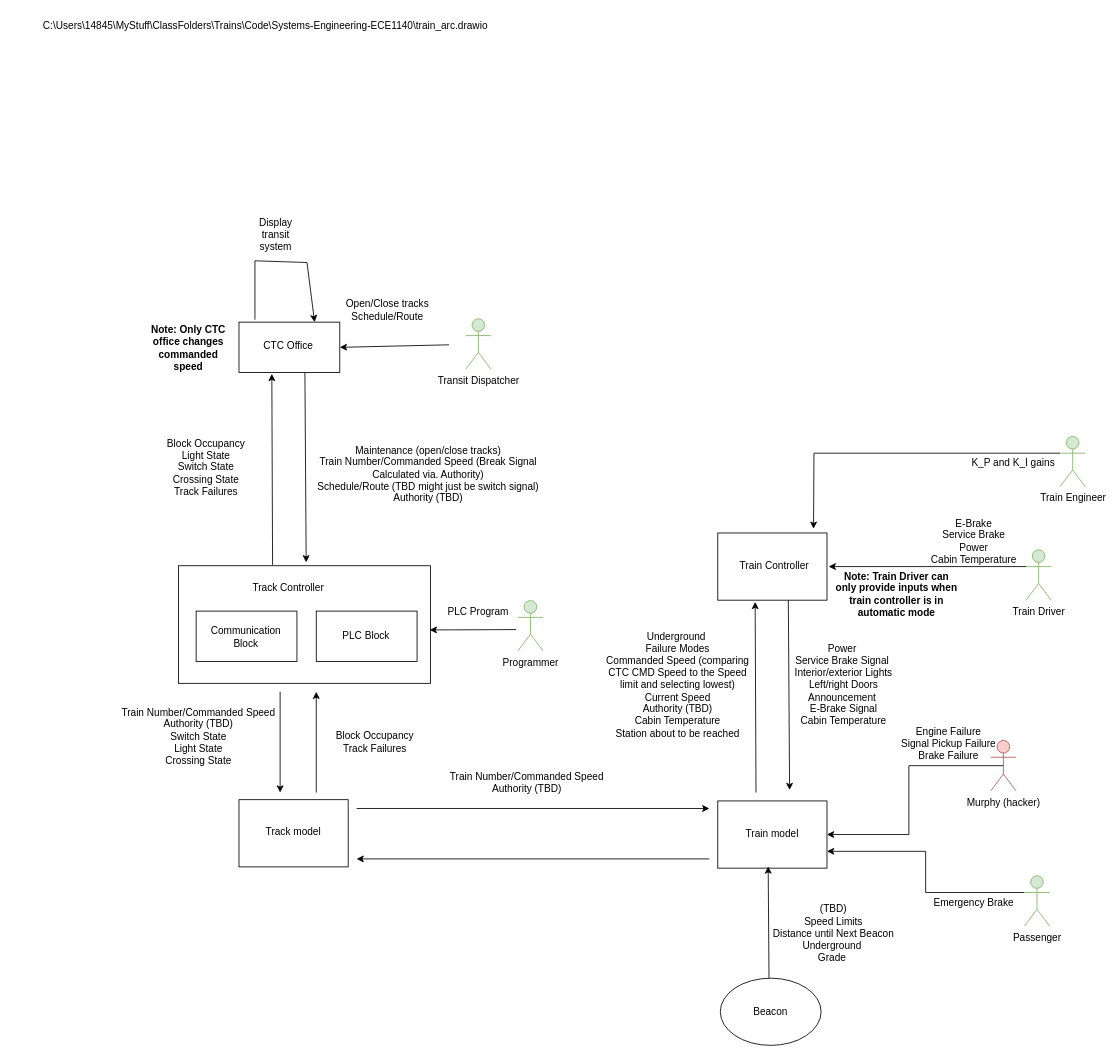
Above: Architecture_Group3.drawio in lao57/Systems-Engineering-ECE1140 (draw.io), before the change. Source tidied: cells renumbered, new cells numbered last; positions are measured from the earlier drawing's top-left corner, leaving out a move shared by most shapes. Both pictures are drawn from the tidied source at 84%, with x=0, y=0 at pixel (41, 14).
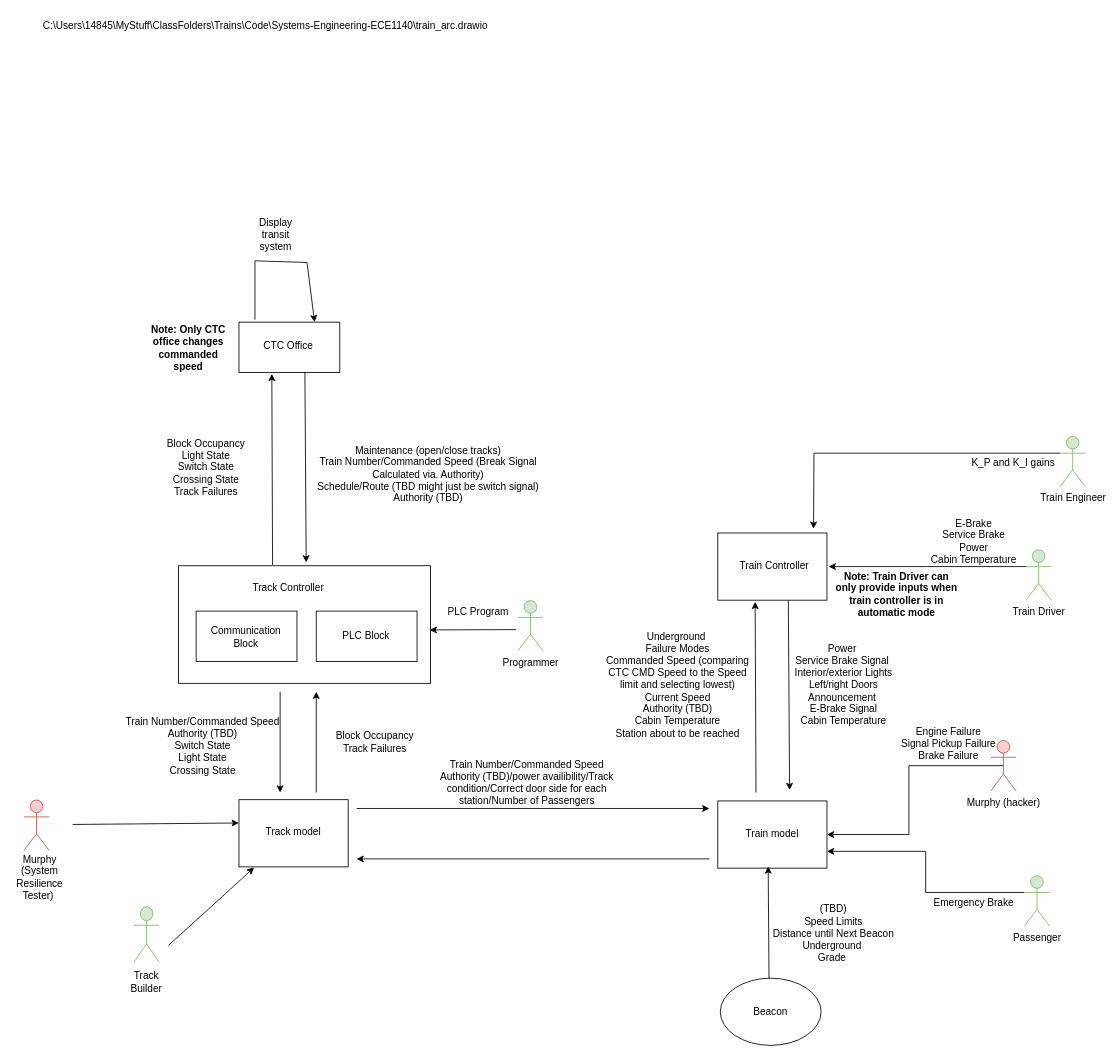
The same diagram, later.

Unchanged cells that the change refers to:
```xml
<mxCell id="5" style="rounded=0;whiteSpace=wrap;html=1;" parent="1" vertex="1">
  <mxGeometry x="235" y="366" width="120" height="60" as="geometry" />
</mxCell>
<mxCell id="19" style="rounded=0;whiteSpace=wrap;html=1;" parent="1" vertex="1">
  <mxGeometry x="235" y="934.5" width="130" height="80" as="geometry" />
</mxCell>
```

Diff of the diagram source:
```diff
@@
-    <mxCell id="23" value="&lt;div&gt;Train Number/Commanded Speed&lt;/div&gt;&lt;div&gt;Authority (TBD)&lt;/div&gt;" style="text;html=1;align=center;verticalAlign=middle;whiteSpace=wrap;rounded=0;" parent="1" vertex="1">
+    <mxCell id="23" value="&lt;div&gt;Train Number/Commanded Speed&lt;/div&gt;&lt;div&gt;Authority (TBD)/power availibility/Track condition/Correct door side for each station/Number of Passengers&lt;/div&gt;" style="text;html=1;align=center;verticalAlign=middle;whiteSpace=wrap;rounded=0;" parent="1" vertex="1">
       <mxGeometry x="469" y="855" width="218" height="117" as="geometry" />
     </mxCell>
@@
     <mxCell id="34" value="Train Number/Commanded Speed&#10;Authority (TBD)&#10;Switch State&#10;Light State&#10;Crossing State&#10;" style="text;whiteSpace=wrap;align=center;" parent="1" vertex="1">
-      <mxGeometry x="80" y="817" width="214" height="132" as="geometry" />
+      <mxGeometry x="85" y="828" width="214" height="132" as="geometry" />
     </mxCell>
@@
-    <mxCell id="54" value="Transit Dispatcher&lt;div&gt;&lt;br&gt;&lt;/div&gt;" style="shape=umlActor;verticalLabelPosition=bottom;verticalAlign=top;html=1;fillColor=#d5e8d4;strokeColor=#82b366;" parent="1" vertex="1">
-      <mxGeometry x="505" y="362" width="30" height="60" as="geometry" />
-    </mxCell>
-    <mxCell id="55" style="endArrow=classic;html=1;rounded=0;entryX=1;entryY=0.5;entryDx=0;entryDy=0;" parent="1" edge="1" target="5">
-      <mxGeometry relative="1" as="geometry">
-        <mxPoint x="485" y="393" as="sourcePoint" />
-      </mxGeometry>
-    </mxCell>
-    <mxCell id="56" value="Open/Close tracks&lt;div&gt;Schedule/Route&lt;/div&gt;" style="text;html=1;align=center;verticalAlign=middle;whiteSpace=wrap;rounded=0;" parent="1" vertex="1">
-      <mxGeometry x="353" y="337" width="118" height="30" as="geometry" />
-    </mxCell>
+    <mxCell id="57" style="endArrow=classic;html=1;rounded=0;entryX=0.7;entryY=1.017;entryDx=0;entryDy=0;entryPerimeter=0;" parent="1" edge="1" target="34">
+      <mxGeometry relative="1" as="geometry">
+        <mxPoint x="37" y="964" as="sourcePoint" />
+      </mxGeometry>
+    </mxCell>
+    <mxCell id="58" value="Actor" style="shape=umlActor;verticalLabelPosition=bottom;verticalAlign=top;html=1;textShadow=0;noLabel=1;fillColor=#f8cecc;strokeColor=#b85450;" parent="1" vertex="1">
+      <mxGeometry x="-21" y="935" width="30" height="60" as="geometry" />
+    </mxCell>
+    <mxCell id="59" value="Murphy (System Resilience Tester)&lt;span style=&quot;background-color: transparent; color: light-dark(rgb(0, 0, 0), rgb(255, 255, 255));&quot;&gt;&amp;nbsp;&lt;/span&gt;" style="text;html=1;align=center;verticalAlign=middle;whiteSpace=wrap;rounded=0;" parent="1" vertex="1">
+      <mxGeometry x="-32" y="1012" width="60" height="30" as="geometry" />
+    </mxCell>
+    <mxCell id="60" value="Programmer" style="shape=umlActor;verticalLabelPosition=bottom;verticalAlign=top;html=1;fillColor=#d5e8d4;strokeColor=#82b366;fontColor=none;noLabel=1;" parent="1" vertex="1">
+      <mxGeometry x="110" y="1062" width="30" height="66" as="geometry" />
+    </mxCell>
+    <mxCell id="61" value="Track Builder" style="text;html=1;align=center;verticalAlign=middle;whiteSpace=wrap;rounded=0;" parent="1" vertex="1">
+      <mxGeometry x="95" y="1137" width="60" height="30" as="geometry" />
+    </mxCell>
+    <mxCell id="62" style="endArrow=classic;html=1;rounded=0;entryX=0.138;entryY=1.009;entryDx=0;entryDy=0;entryPerimeter=0;" parent="1" edge="1" target="19">
+      <mxGeometry relative="1" as="geometry">
+        <mxPoint x="151" y="1108" as="sourcePoint" />
+        <Array as="points">
+          <mxPoint x="215" y="1050" />
+        </Array>
+      </mxGeometry>
+    </mxCell>
```
